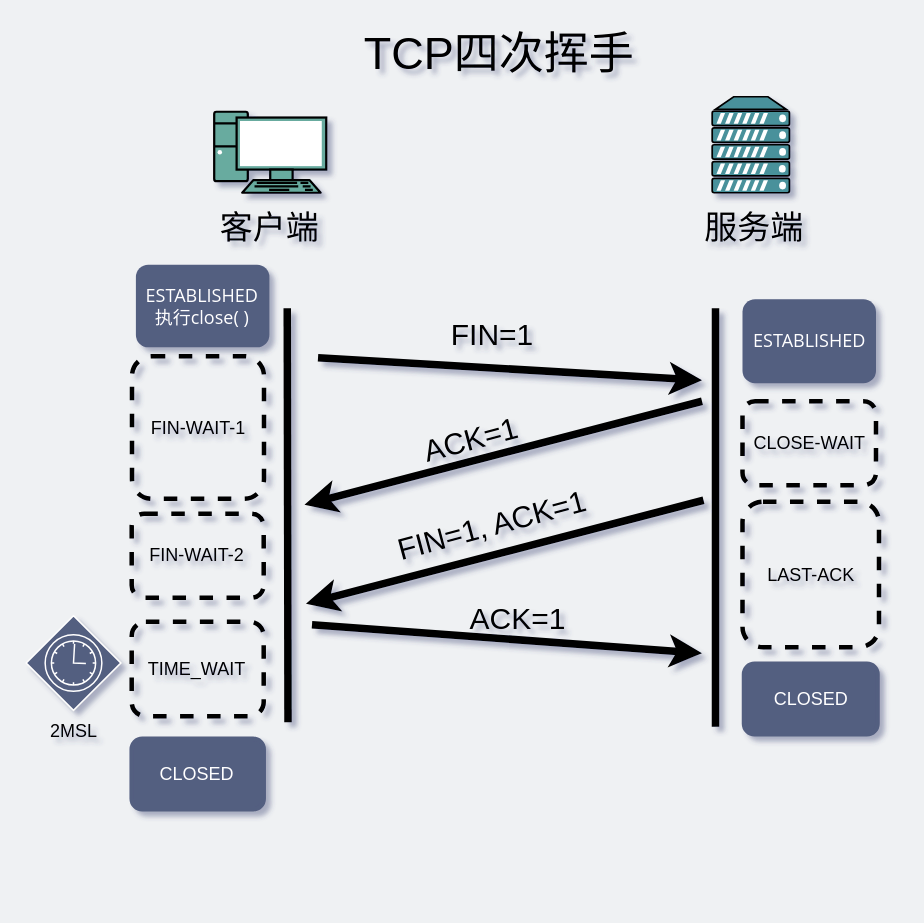
The draw.io diagram network/TCP四次挥手.drawio in xiaobaiTech/image, before the edit. Source tidied: cells renumbered, new cells numbered last; positions are measured from the earlier drawing's top-left corner, leaving out a move shared by most shapes. Both pictures are drawn from the tidied source at 150%, with x=0, y=0 at pixel (26, 32).
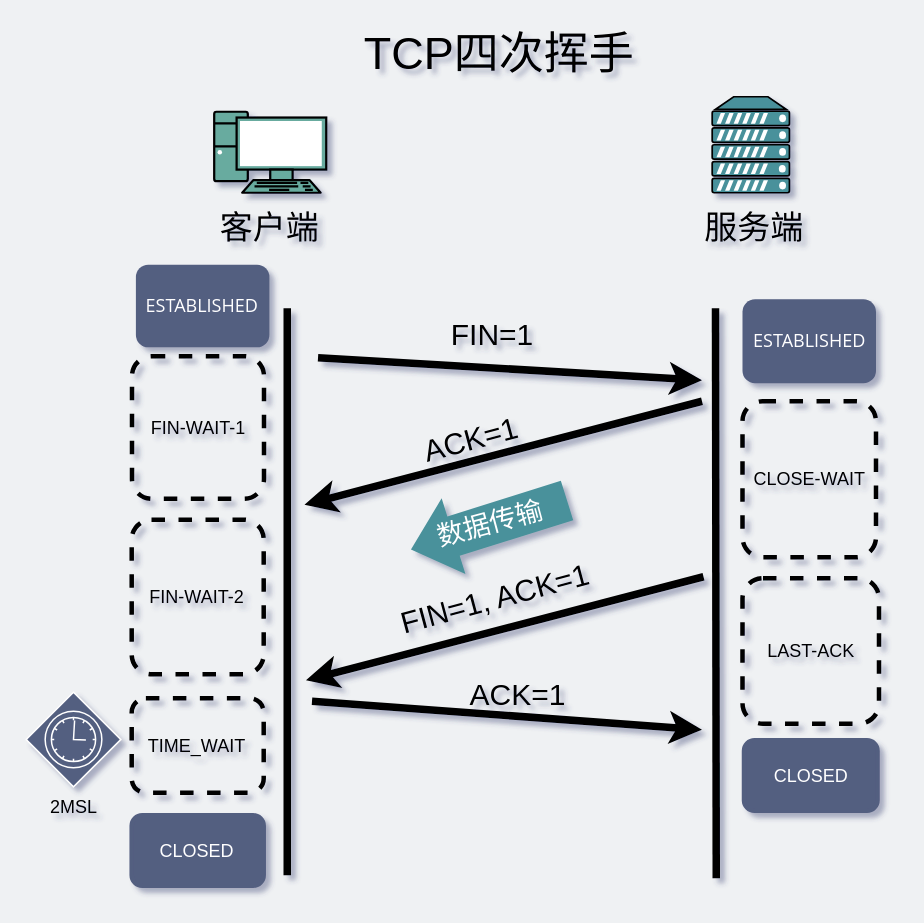
The same diagram, later.

The edit, as a diff of the source:
```diff
@@
+    <mxCell id="28" style="shape=flexArrow;endArrow=classic;html=1;fontColor=#FFFFFF;gradientColor=none;endWidth=24.381720430107528;endSize=9.583333333333334;width=27.5;strokeColor=none;fillColor=#4A919B;" parent="1" edge="1">
+      <mxGeometry relative="1" as="geometry">
+        <mxPoint x="361" y="312" as="sourcePoint" />
+        <mxPoint x="256" y="345" as="targetPoint" />
+      </mxGeometry>
+    </mxCell>
@@
     <mxCell id="7" style="endArrow=none;html=1;strokeWidth=5;" parent="1" edge="1">
       <mxGeometry relative="1" as="geometry">
-        <mxPoint x="174.5" y="460" as="sourcePoint" />
+        <mxPoint x="174" y="562" as="sourcePoint" />
         <mxPoint x="174" y="184" as="targetPoint" />
       </mxGeometry>
     </mxCell>
@@
     <mxCell id="11" style="endArrow=classic;html=1;strokeWidth=5;" parent="1" edge="1">
       <mxGeometry relative="1" as="geometry">
-        <mxPoint x="190.5" y="395" as="sourcePoint" />
-        <mxPoint x="450.5" y="414" as="targetPoint" />
+        <mxPoint x="190.5" y="446" as="sourcePoint" />
+        <mxPoint x="450.5" y="465" as="targetPoint" />
       </mxGeometry>
     </mxCell>
@@
     <mxCell id="14" value="&lt;span&gt;CLOSE-WAIT&lt;/span&gt;" style="rounded=1;whiteSpace=wrap;html=1;strokeColor=#000000;fillColor=none;dashed=1;strokeWidth=3;" parent="1" vertex="1">
-      <mxGeometry x="477.5" y="246" width="89" height="56" as="geometry" />
+      <mxGeometry x="477.5" y="246" width="89" height="104" as="geometry" />
     </mxCell>
     <mxCell id="15" value="LAST-ACK" style="rounded=1;whiteSpace=wrap;html=1;strokeColor=#000000;fillColor=none;dashed=1;strokeWidth=3;" parent="1" vertex="1">
-      <mxGeometry x="477.5" y="313" width="91" height="97" as="geometry" />
+      <mxGeometry x="477.5" y="364" width="91" height="97" as="geometry" />
     </mxCell>
     <mxCell id="16" value="FIN-WAIT-2" style="rounded=1;whiteSpace=wrap;html=1;strokeColor=#000000;fillColor=none;dashed=1;strokeWidth=3;" parent="1" vertex="1">
-      <mxGeometry x="70.3" y="321" width="88" height="56" as="geometry" />
+      <mxGeometry x="70.3" y="325" width="88" height="103" as="geometry" />
     </mxCell>
@@
     <mxCell id="18" style="endArrow=none;html=1;strokeWidth=5;" parent="1" edge="1">
       <mxGeometry relative="1" as="geometry">
-        <mxPoint x="459.5" y="463" as="sourcePoint" />
+        <mxPoint x="460" y="564" as="sourcePoint" />
         <mxPoint x="459.5" y="184" as="targetPoint" />
       </mxGeometry>
     </mxCell>
     <mxCell id="19" style="endArrow=none;html=1;strokeWidth=5;startArrow=classic;startFill=1;endFill=0;" parent="1" edge="1">
       <mxGeometry relative="1" as="geometry">
-        <mxPoint x="186.5" y="381" as="sourcePoint" />
-        <mxPoint x="451.5" y="312" as="targetPoint" />
+        <mxPoint x="186.5" y="432" as="sourcePoint" />
+        <mxPoint x="451.5" y="363" as="targetPoint" />
       </mxGeometry>
     </mxCell>
     <mxCell id="20" value="ACK=1" style="text;html=1;strokeColor=none;fillColor=none;align=center;verticalAlign=middle;whiteSpace=wrap;rounded=0;dashed=1;fontSize=20;rotation=0;" parent="1" vertex="1">
-      <mxGeometry x="261.5" y="380" width="132" height="20" as="geometry" />
+      <mxGeometry x="261.5" y="431" width="132" height="20" as="geometry" />
     </mxCell>
     <mxCell id="21" value="FIN=1, ACK=1" style="text;html=1;strokeColor=none;fillColor=none;align=center;verticalAlign=middle;whiteSpace=wrap;rounded=0;fontSize=20;rotation=-15;" parent="1" vertex="1">
-      <mxGeometry x="176" y="312" width="269" height="32" as="geometry" />
+      <mxGeometry x="178" y="361" width="269" height="32" as="geometry" />
     </mxCell>
     <mxCell id="22" value="TIME_WAIT" style="rounded=1;whiteSpace=wrap;html=1;strokeColor=#000000;fillColor=none;dashed=1;strokeWidth=3;" parent="1" vertex="1">
-      <mxGeometry x="70.3" y="393" width="88" height="63" as="geometry" />
+      <mxGeometry x="70.3" y="444" width="88" height="63" as="geometry" />
     </mxCell>
     <mxCell id="23" value="&lt;font color=&quot;#ffffff&quot;&gt;CLOSED&lt;/font&gt;" style="rounded=1;whiteSpace=wrap;html=1;strokeWidth=3;strokeColor=#535E80;fillColor=#535E80;" parent="1" vertex="1">
-      <mxGeometry x="70.3" y="471" width="88" height="47" as="geometry" />
+      <mxGeometry x="70.3" y="522" width="88" height="47" as="geometry" />
     </mxCell>
     <mxCell id="24" value="&lt;font color=&quot;#ffffff&quot;&gt;CLOSED&lt;/font&gt;" style="rounded=1;whiteSpace=wrap;html=1;strokeWidth=3;strokeColor=#535E80;fillColor=#535E80;" parent="1" vertex="1">
-      <mxGeometry x="478.5" y="421" width="89" height="47" as="geometry" />
+      <mxGeometry x="478.5" y="472" width="89" height="47" as="geometry" />
     </mxCell>
     <mxCell id="25" style="shape=mxgraph.bpmn.gateway2;html=1;verticalLabelPosition=bottom;labelBackgroundColor=#ffffff;verticalAlign=top;align=center;perimeter=rhombusPerimeter;outline=standard;symbol=timer;fillColor=#535E80;strokeColor=#FFFFFF;" parent="1" vertex="1">
-      <mxGeometry y="389" width="63" height="63" as="geometry" />
+      <mxGeometry y="440" width="63" height="63" as="geometry" />
     </mxCell>
     <mxCell id="26" value="2MSL" style="text;html=1;strokeColor=none;fillColor=none;align=center;verticalAlign=middle;whiteSpace=wrap;rounded=0;" parent="1" vertex="1">
-      <mxGeometry x="11.5" y="456" width="40" height="20" as="geometry" />
+      <mxGeometry x="11.5" y="507" width="40" height="20" as="geometry" />
     </mxCell>
-    <mxCell id="27" value="&lt;span style=&quot;font-family: &amp;#34;open sans&amp;#34; , &amp;#34;clear sans&amp;#34; , &amp;#34;helvetica neue&amp;#34; , &amp;#34;helvetica&amp;#34; , &amp;#34;arial&amp;#34; , sans-serif&quot;&gt;&lt;font style=&quot;font-size: 12px&quot;&gt;ESTABLISHED&lt;br&gt;执行close( )&lt;br&gt;&lt;/font&gt;&lt;/span&gt;" style="rounded=1;whiteSpace=wrap;html=1;dashed=1;strokeWidth=3;fillColor=#535E80;strokeColor=none;fontColor=#FFFFFF;" parent="1" vertex="1">
+    <mxCell id="27" value="&lt;span style=&quot;font-family: &amp;#34;open sans&amp;#34; , &amp;#34;clear sans&amp;#34; , &amp;#34;helvetica neue&amp;#34; , &amp;#34;helvetica&amp;#34; , &amp;#34;arial&amp;#34; , sans-serif&quot;&gt;&lt;font style=&quot;font-size: 12px&quot;&gt;ESTABLISHED&lt;br&gt;&lt;/font&gt;&lt;/span&gt;" style="rounded=1;whiteSpace=wrap;html=1;dashed=1;strokeWidth=3;fillColor=#535E80;strokeColor=none;fontColor=#FFFFFF;" parent="1" vertex="1">
       <mxGeometry x="73.1" y="155" width="89" height="55" as="geometry" />
     </mxCell>
+    <mxCell id="29" value="&lt;font style=&quot;font-size: 18px&quot;&gt;数据传输&lt;/font&gt;" style="text;html=1;strokeColor=none;fillColor=none;align=center;verticalAlign=middle;whiteSpace=wrap;rounded=0;fontColor=#FFFFFF;rotation=-15;" parent="1" vertex="1">
+      <mxGeometry x="270" y="318" width="79" height="20" as="geometry" />
+    </mxCell>
```
